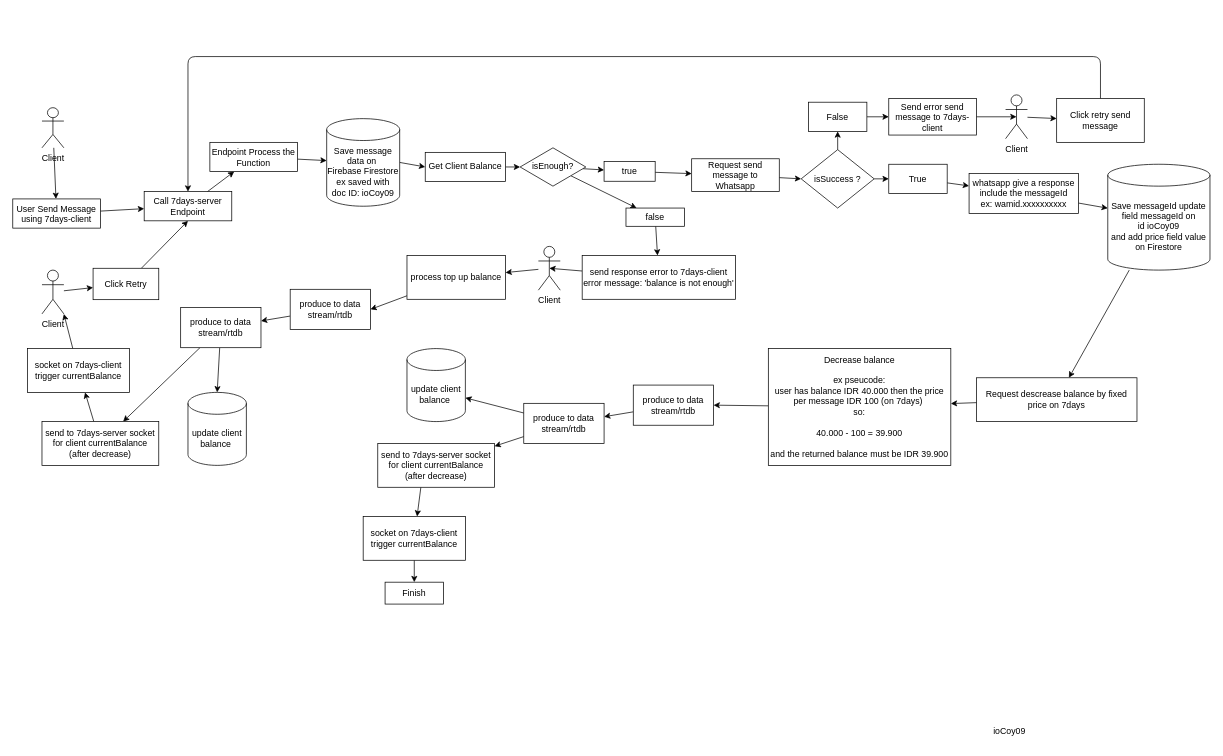
This is system-design/prepaid-design.drawio from cristinapravita/test-kafka, a draw.io file, before an edit. Source tidied: cells renumbered, new cells numbered last; positions are measured from the earlier drawing's top-left corner, leaving out a move shared by most shapes. Both pictures are drawn from the tidied source at 73%, with x=0, y=0 at pixel (12, 56).
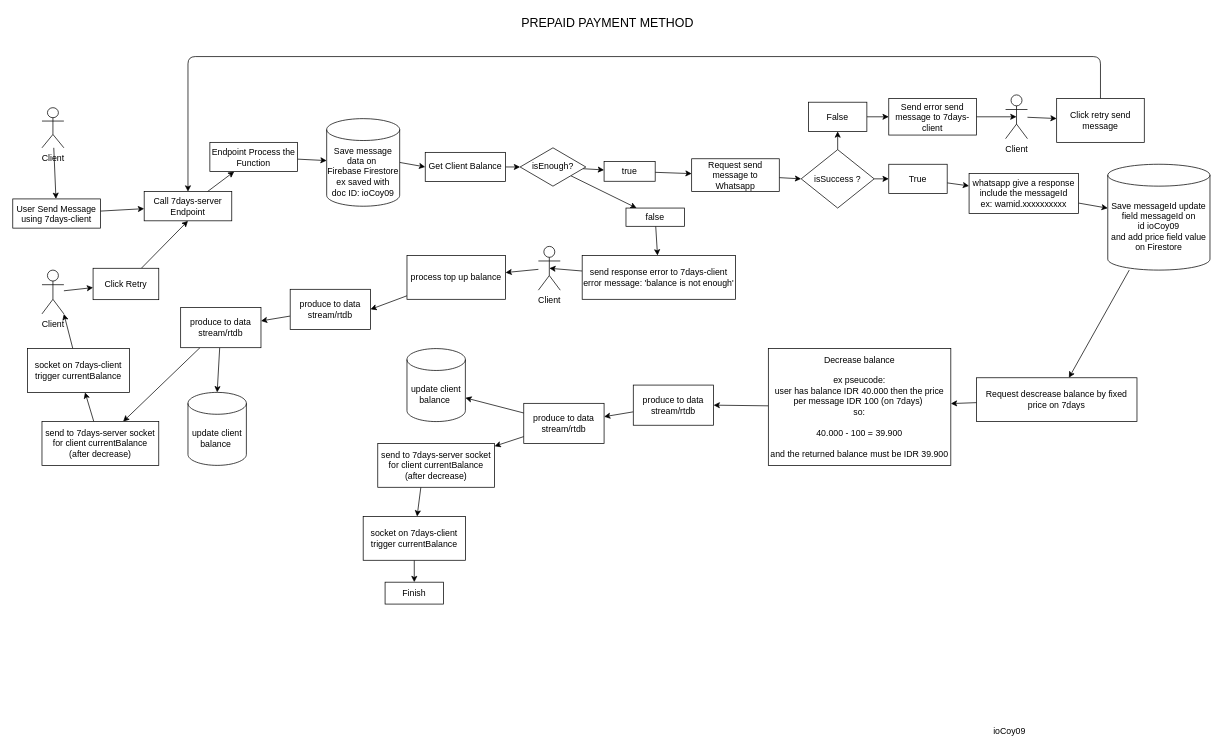
The same diagram, later.

Commit message (it also covers changes not shown here):
add postpaid method

What changed in the source:
```diff
@@
+    <mxCell id="76" value="&lt;font style=&quot;font-size: 17px;&quot;&gt;PREPAID PAYMENT METHOD&lt;/font&gt;" style="text;html=1;strokeColor=none;fillColor=none;align=center;verticalAlign=middle;whiteSpace=wrap;rounded=0;" parent="1" vertex="1">
+      <mxGeometry x="640" y="-60" width="350" height="30" as="geometry" />
+    </mxCell>
```
